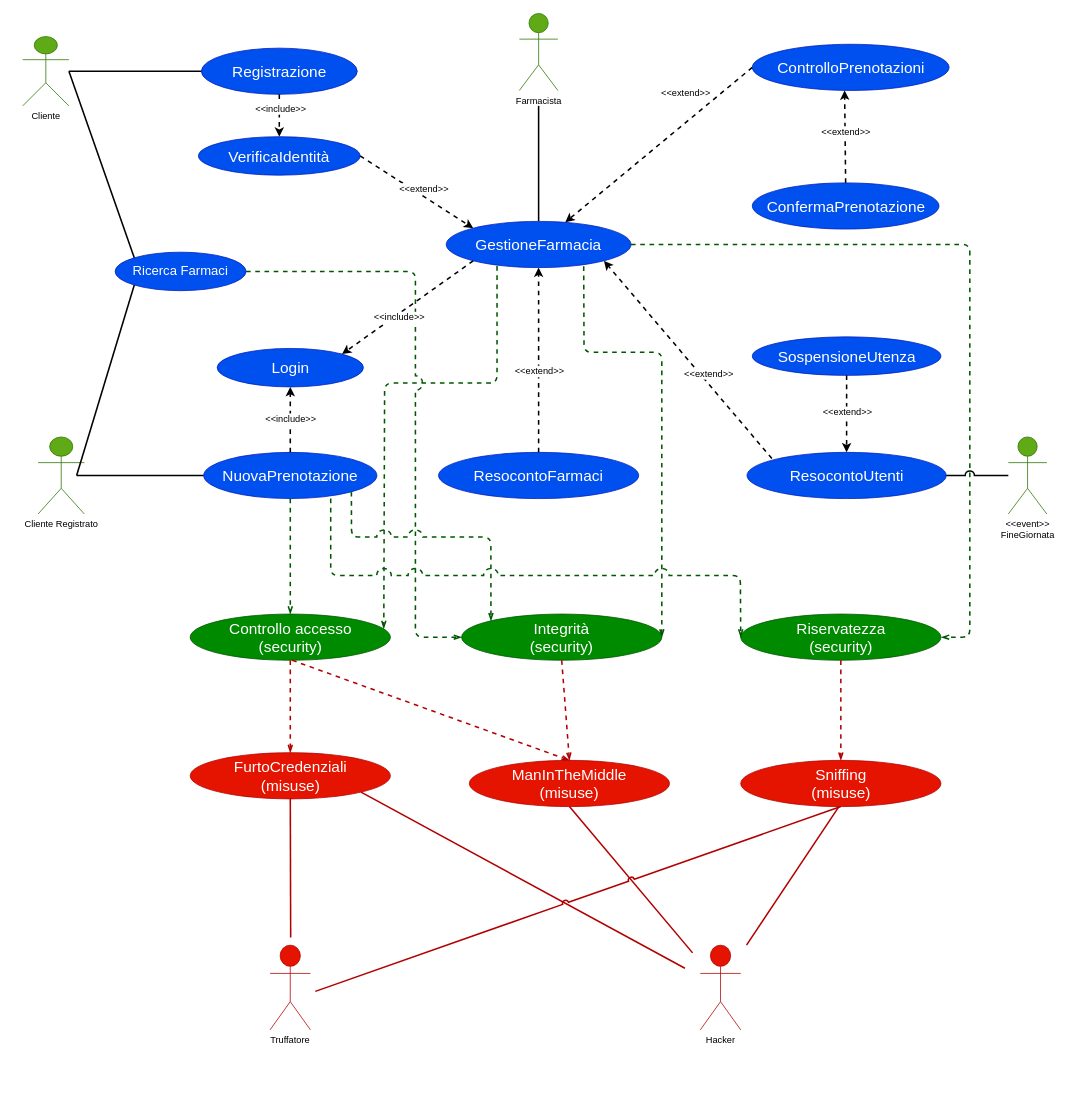
Before: SecurityCase.drawio in lnwor/farmabyte-doc, a draw.io diagram. Source tidied: cells renumbered, new cells numbered last; positions are measured from the earlier drawing's top-left corner, leaving out a move shared by most shapes. Both pictures are drawn from the tidied source at 77%, with x=0, y=0 at pixel (22, 13).
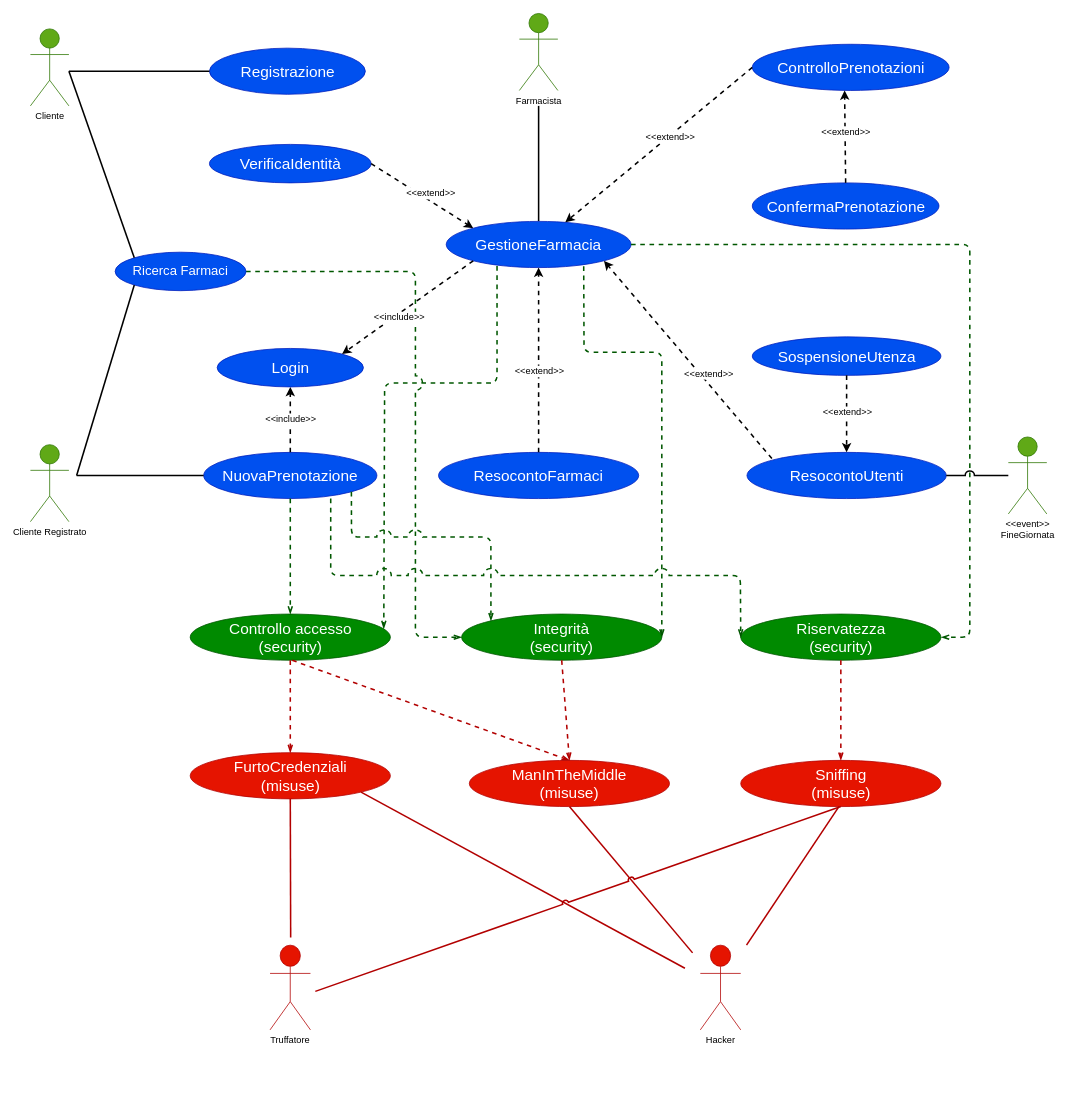
After the change.

The change refers to these unchanged cells:
```xml
<mxCell id="36" style="endArrow=classic;html=1;shadow=0;strokeColor=#000000;strokeWidth=2;fontSize=13;fontColor=#000000;dashed=1;exitX=1;exitY=0.5;exitDx=0;exitDy=0;" parent="1" edge="1" source="35" target="8">
  <mxGeometry relative="1" as="geometry" />
</mxCell>
```

What changed in the source:
```diff
@@
     <mxCell id="5" value="&lt;font style=&quot;font-size: 20px&quot;&gt;Registrazione&lt;/font&gt;" style="ellipse;whiteSpace=wrap;html=1;fillColor=#0050ef;strokeColor=#001DBC;labelBackgroundColor=none;fontColor=#ffffff;" parent="1" vertex="1">
-      <mxGeometry x="232" y="45" width="202.5" height="60" as="geometry" />
+      <mxGeometry x="242.5" y="45" width="202.5" height="60" as="geometry" />
     </mxCell>
-    <mxCell id="6" value="Cliente" style="shape=umlActor;verticalLabelPosition=bottom;verticalAlign=top;html=1;outlineConnect=0;labelBackgroundColor=none;fillColor=#60a917;strokeColor=#2D7600;" parent="1" vertex="1">
-      <mxGeometry y="30" width="60" height="90" as="geometry" />
-    </mxCell>
-    <mxCell id="7" value="&lt;div&gt;Cliente Registrato&lt;/div&gt;" style="shape=umlActor;verticalLabelPosition=bottom;verticalAlign=top;html=1;labelBackgroundColor=none;fillColor=#60a917;strokeColor=#2D7600;" parent="1" vertex="1">
-      <mxGeometry x="20" y="550" width="60" height="100" as="geometry" />
-    </mxCell>
@@
     <mxCell id="13" value="VerificaIdentità" style="ellipse;whiteSpace=wrap;html=1;labelBackgroundColor=none;fontSize=20;fillColor=#0050ef;strokeColor=#001DBC;fontColor=#ffffff;" parent="1" vertex="1">
-      <mxGeometry x="228.2" y="160" width="210" height="50" as="geometry" />
+      <mxGeometry x="242.5" y="170" width="210" height="50" as="geometry" />
     </mxCell>
-    <mxCell id="14" style="endArrow=classic;html=1;shadow=0;dashed=1;strokeColor=#000000;strokeWidth=2;fontSize=20;fontColor=#000000;exitX=0.5;exitY=1;exitDx=0;exitDy=0;entryX=0.5;entryY=0;entryDx=0;entryDy=0;" parent="1" edge="1" source="5" target="13">
-      <mxGeometry relative="1" as="geometry" />
-    </mxCell>
-    <mxCell id="15" value="&amp;lt;&amp;lt;include&amp;gt;&amp;gt;" style="edgeLabel;html=1;align=center;verticalAlign=middle;fontSize=12;fontColor=#000000;" parent="14" vertex="1">
-      <mxGeometry x="0.28" y="1" relative="1" as="geometry">
-        <mxPoint y="-17" as="offset" />
-      </mxGeometry>
-    </mxCell>
@@
-    <mxCell id="22" style="endArrow=none;html=1;shadow=0;strokeWidth=2;fontSize=17;fontColor=#000000;entryX=0;entryY=0.5;entryDx=0;entryDy=0;fillColor=#1ba1e2;" parent="1" edge="1" source="6" target="5">
-      <mxGeometry relative="1" as="geometry" />
+    <mxCell id="22" style="endArrow=none;html=1;shadow=0;strokeWidth=2;fontSize=17;fontColor=#000000;entryX=0;entryY=0.5;entryDx=0;entryDy=0;fillColor=#1ba1e2;" parent="1" edge="1" target="5">
+      <mxGeometry relative="1" as="geometry">
+        <mxPoint x="60" y="75" as="sourcePoint" />
+      </mxGeometry>
     </mxCell>
@@
     <mxCell id="37" value="&amp;lt;&amp;lt;extend&amp;gt;&amp;gt;" style="edgeLabel;html=1;align=center;verticalAlign=middle;fontSize=12;fontColor=#000000;" parent="36" vertex="1">
       <mxGeometry x="-0.31" y="-2" relative="1" as="geometry">
-        <mxPoint x="-2" y="-34.7" as="offset" />
+        <mxPoint x="-22" y="22" as="offset" />
       </mxGeometry>
     </mxCell>
@@
-    <mxCell id="62" value="&lt;div&gt;Farmacista&lt;/div&gt;&lt;div&gt;&lt;br&gt;&lt;/div&gt;" style="shape=umlActor;verticalLabelPosition=bottom;verticalAlign=top;html=1;labelBackgroundColor=none;fontSize=12;fillColor=#60a917;strokeColor=#2D7600;" parent="1" vertex="1">
-      <mxGeometry x="645" width="50" height="100" as="geometry" />
+    <mxCell id="62" value="&lt;div&gt;Cliente&lt;/div&gt;" style="shape=umlActor;verticalLabelPosition=bottom;verticalAlign=top;html=1;labelBackgroundColor=none;fontSize=12;fillColor=#60a917;strokeColor=#2D7600;" parent="1" vertex="1">
+      <mxGeometry x="10" y="20" width="50" height="100" as="geometry" />
     </mxCell>
@@
+    <mxCell id="66" value="&lt;div&gt;Farmacista&lt;/div&gt;&lt;div&gt;&lt;br&gt;&lt;/div&gt;" style="shape=umlActor;verticalLabelPosition=bottom;verticalAlign=top;html=1;labelBackgroundColor=none;fontSize=12;fillColor=#60a917;strokeColor=#2D7600;" parent="1" vertex="1">
+      <mxGeometry x="645" width="50" height="100" as="geometry" />
+    </mxCell>
+    <mxCell id="7" value="&lt;div&gt;Cliente Registrato&lt;/div&gt;" style="shape=umlActor;verticalLabelPosition=bottom;verticalAlign=top;html=1;labelBackgroundColor=none;fontSize=12;fillColor=#60a917;strokeColor=#2D7600;" parent="1" vertex="1">
+      <mxGeometry x="10" y="560" width="50" height="100" as="geometry" />
+    </mxCell>
```
